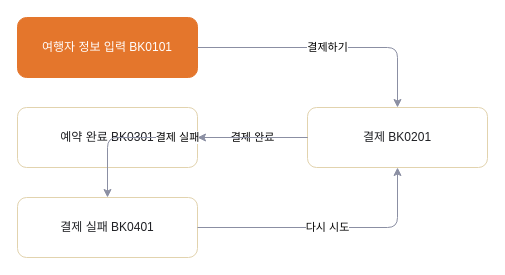
Above: page "BK 예약·결제" (4 of 7) of 판매용_템플릿/_판매팩/여행_플러스/05_FLOW_흐름도.drawio in hyunplanb-cyber/ia-generation-platform (draw.io), before the change. Source tidied: cells renumbered, new cells numbered last; positions are measured from the earlier drawing's top-left corner, leaving out a move shared by most shapes. Both pictures are drawn from the tidied source at 100%, with x=0, y=0 at pixel (17, 17).
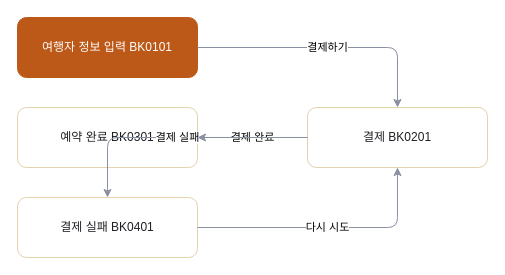
After the change.

Diff of the diagram source:
```diff
@@
 <mxGraphModel>
   <root>
     <mxCell id="0" />
     <mxCell id="1" parent="0" />
-    <mxCell id="2" value="여행자 정보 입력 BK0101" style="rounded=1;whiteSpace=wrap;html=1;fillColor=#E4762C;strokeColor=#E4762C;fontColor=#FFFFFF;" parent="1" vertex="1">
+    <mxCell id="2" value="여행자 정보 입력 BK0101" style="rounded=1;whiteSpace=wrap;html=1;fillColor=#BC5918;strokeColor=#BC5918;fontColor=#FFFFFF;" parent="1" vertex="1">
       <mxGeometry width="180" height="60" as="geometry" />
     </mxCell>
     <mxCell id="3" value="결제 BK0201" style="rounded=1;whiteSpace=wrap;html=1;fillColor=#FFFFFF;strokeColor=#E2D3AE;fontColor=#1F2024;" parent="1" vertex="1">
       <mxGeometry x="290" y="90" width="180" height="60" as="geometry" />
     </mxCell>
     <mxCell id="4" value="예약 완료 BK0301" style="rounded=1;whiteSpace=wrap;html=1;fillColor=#FFFFFF;strokeColor=#E2D3AE;fontColor=#1F2024;" parent="1" vertex="1">
       <mxGeometry y="90" width="180" height="60" as="geometry" />
     </mxCell>
     <mxCell id="5" value="결제 실패 BK0401" style="rounded=1;whiteSpace=wrap;html=1;fillColor=#FFFFFF;strokeColor=#E2D3AE;fontColor=#1F2024;" parent="1" vertex="1">
       <mxGeometry y="180" width="180" height="60" as="geometry" />
     </mxCell>
     <mxCell id="6" value="결제하기" style="edgeStyle=orthogonalEdgeStyle;rounded=1;html=1;strokeColor=#8B8FA3;" parent="1" edge="1" source="2" target="3">
       <mxGeometry relative="1" as="geometry" />
     </mxCell>
     <mxCell id="7" value="결제 완료" style="edgeStyle=orthogonalEdgeStyle;rounded=1;html=1;strokeColor=#8B8FA3;" parent="1" edge="1" source="3" target="4">
       <mxGeometry relative="1" as="geometry" />
     </mxCell>
     <mxCell id="8" value="결제 실패" style="edgeStyle=orthogonalEdgeStyle;rounded=1;html=1;strokeColor=#8B8FA3;" parent="1" edge="1" source="3" target="5">
       <mxGeometry relative="1" as="geometry" />
     </mxCell>
     <mxCell id="9" value="다시 시도" style="edgeStyle=orthogonalEdgeStyle;rounded=1;html=1;strokeColor=#8B8FA3;" parent="1" edge="1" source="5" target="3">
       <mxGeometry relative="1" as="geometry" />
     </mxCell>
   </root>
 </mxGraphModel>
```
